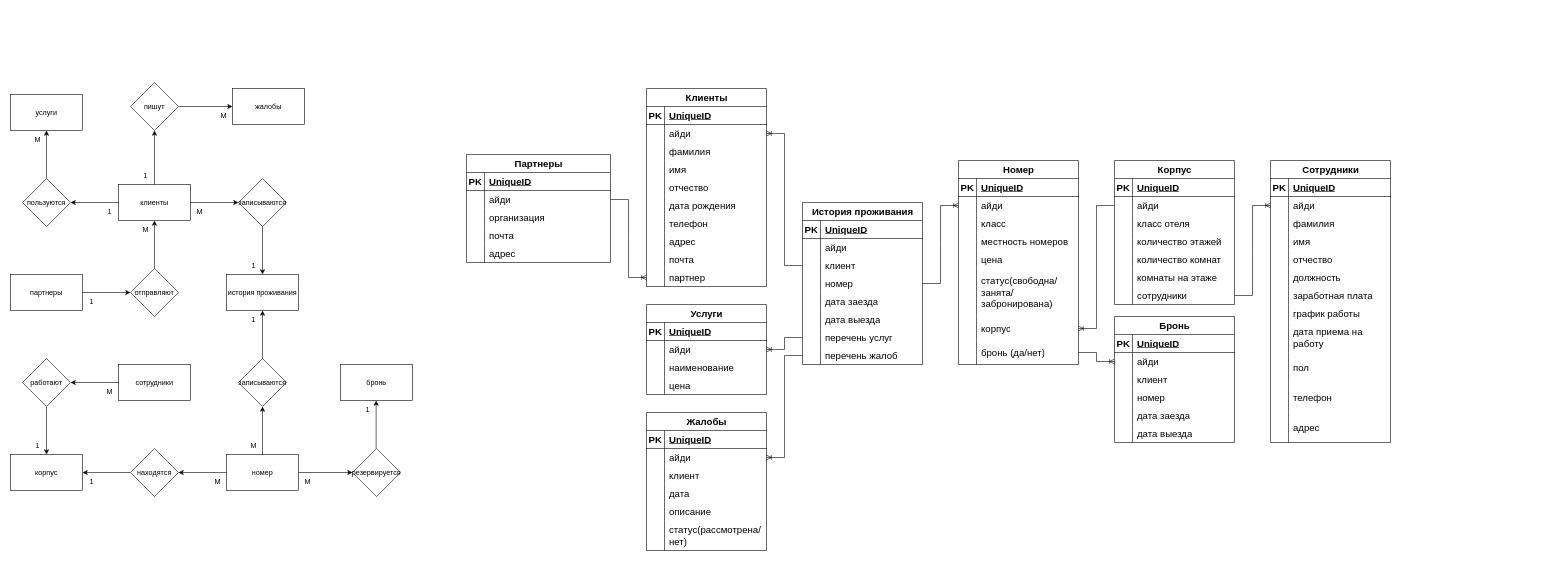
GusevDenisEvgenievich/Repository keeps this draw.io diagram as КП/КП Модели.drawio. Above is the earlier version. Source tidied: cells renumbered, new cells numbered last; positions are measured from the earlier drawing's top-left corner, leaving out a move shared by most shapes. Both pictures are drawn from the tidied source at 60%, with x=0, y=0 at pixel (10, 82).
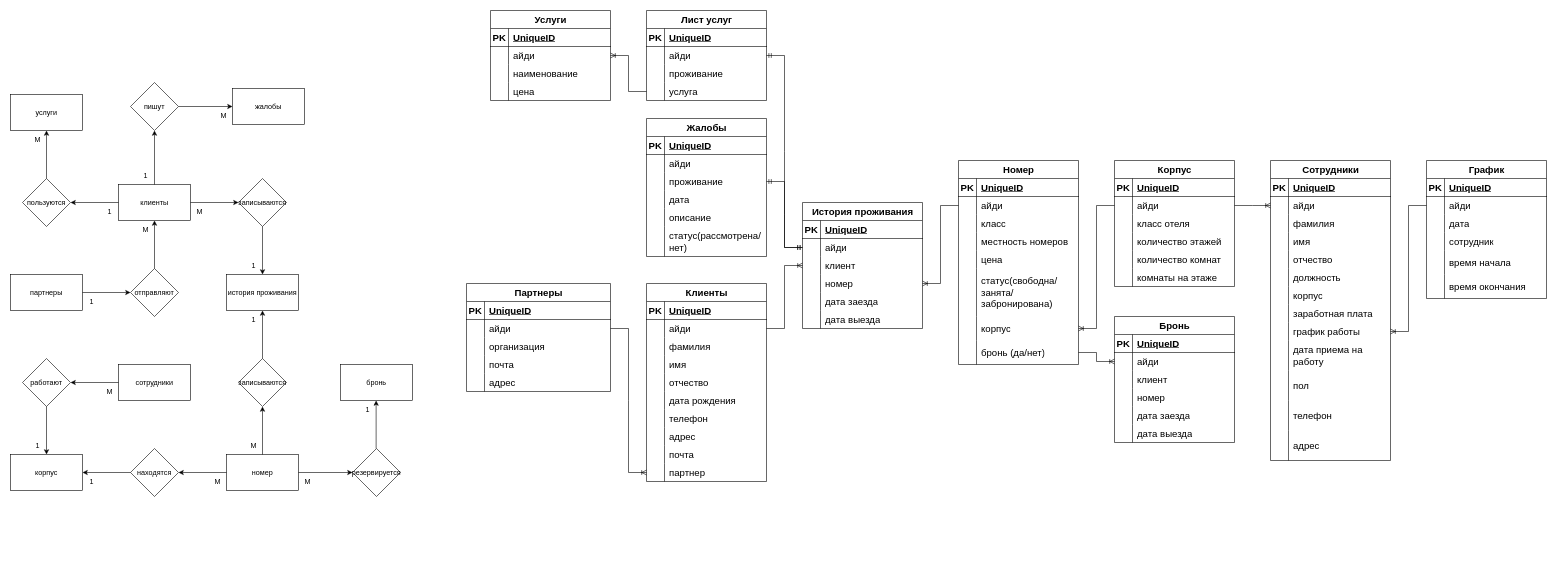
The same page after the edit.

Unchanged cells that the change refers to:
```xml
<mxCell id="55" style="shape=tableRow;horizontal=0;startSize=0;swimlaneHead=0;swimlaneBody=0;fillColor=none;points=[[0,0.5],[1,0.5]];portConstraint=eastwest;top=0;left=0;right=0;bottom=0;fontSize=16;" parent="51" vertex="1">
  <mxGeometry y="60" width="200" height="30" as="geometry" />
</mxCell>
<mxCell id="58" style="shape=tableRow;horizontal=0;startSize=0;swimlaneHead=0;swimlaneBody=0;fillColor=none;points=[[0,0.5],[1,0.5]];portConstraint=eastwest;top=0;left=0;right=0;bottom=0;fontSize=16;" parent="51" vertex="1">
  <mxGeometry y="90" width="200" height="30" as="geometry" />
</mxCell>
<mxCell id="74" style="shape=tableRow;horizontal=0;startSize=0;swimlaneHead=0;swimlaneBody=0;fillColor=none;points=[[0,0.5],[1,0.5]];portConstraint=eastwest;top=0;left=0;right=0;bottom=0;fontSize=16;" parent="70" vertex="1">
  <mxGeometry y="60" width="200" height="30" as="geometry" />
</mxCell>
<mxCell id="87" style="shape=tableRow;horizontal=0;startSize=0;swimlaneHead=0;swimlaneBody=0;fillColor=none;points=[[0,0.5],[1,0.5]];portConstraint=eastwest;top=0;left=0;right=0;bottom=0;fontSize=16;" parent="83" vertex="1">
  <mxGeometry y="60" width="200" height="30" as="geometry" />
</mxCell>
<mxCell id="118" style="shape=tableRow;horizontal=0;startSize=0;swimlaneHead=0;swimlaneBody=0;fillColor=none;points=[[0,0.5],[1,0.5]];portConstraint=eastwest;top=0;left=0;right=0;bottom=0;fontSize=16;" parent="114" vertex="1">
  <mxGeometry y="60" width="200" height="30" as="geometry" />
</mxCell>
<mxCell id="121" style="shape=tableRow;horizontal=0;startSize=0;swimlaneHead=0;swimlaneBody=0;fillColor=none;points=[[0,0.5],[1,0.5]];portConstraint=eastwest;top=0;left=0;right=0;bottom=0;fontSize=16;" parent="114" vertex="1">
  <mxGeometry y="90" width="200" height="30" as="geometry" />
</mxCell>
<mxCell id="124" style="shape=tableRow;horizontal=0;startSize=0;swimlaneHead=0;swimlaneBody=0;fillColor=none;points=[[0,0.5],[1,0.5]];portConstraint=eastwest;top=0;left=0;right=0;bottom=0;fontSize=16;" parent="114" vertex="1">
  <mxGeometry y="120" width="200" height="30" as="geometry" />
</mxCell>
<mxCell id="143" style="shape=tableRow;horizontal=0;startSize=0;swimlaneHead=0;swimlaneBody=0;fillColor=none;points=[[0,0.5],[1,0.5]];portConstraint=eastwest;top=0;left=0;right=0;bottom=0;fontSize=16;" parent="139" vertex="1">
  <mxGeometry y="60" width="200" height="30" as="geometry" />
</mxCell>
<mxCell id="187" style="shape=tableRow;horizontal=0;startSize=0;swimlaneHead=0;swimlaneBody=0;fillColor=none;points=[[0,0.5],[1,0.5]];portConstraint=eastwest;top=0;left=0;right=0;bottom=0;fontSize=16;" parent="183" vertex="1">
  <mxGeometry y="60" width="200" height="30" as="geometry" />
</mxCell>
<mxCell id="209" style="shape=tableRow;horizontal=0;startSize=0;swimlaneHead=0;swimlaneBody=0;fillColor=none;points=[[0,0.5],[1,0.5]];portConstraint=eastwest;top=0;left=0;right=0;bottom=0;fontSize=16;" parent="205" vertex="1">
  <mxGeometry y="60" width="200" height="30" as="geometry" />
</mxCell>
```

What changed in the source:
```diff
@@
     <mxCell id="51" value="Жалобы" style="shape=table;startSize=30;childLayout=tableLayout;rowLines=0;fontStyle=1;align=center;html=1;fontSize=16;" parent="1" vertex="1">
-      <mxGeometry x="1060" y="550" width="200" height="230" as="geometry" />
+      <mxGeometry x="1060" y="60" width="200" height="230" as="geometry" />
     </mxCell>
@@
-    <mxCell id="60" value="клиент" style="shape=partialRectangle;fillColor=none;top=0;left=0;bottom=0;right=0;align=left;spacingLeft=6;overflow=hidden;whiteSpace=wrap;html=1;fontSize=16;" parent="58" vertex="1">
+    <mxCell id="60" value="проживание" style="shape=partialRectangle;fillColor=none;top=0;left=0;bottom=0;right=0;align=left;spacingLeft=6;overflow=hidden;whiteSpace=wrap;html=1;fontSize=16;" parent="58" vertex="1">
       <mxGeometry x="30" width="170" height="30" as="geometry" />
     </mxCell>
@@
     <mxCell id="70" value="Услуги" style="shape=table;startSize=30;childLayout=tableLayout;rowLines=0;fontStyle=1;align=center;html=1;fontSize=16;" parent="1" vertex="1">
-      <mxGeometry x="1060" y="370" width="200" height="150" as="geometry" />
+      <mxGeometry x="800" y="-120" width="200" height="150" as="geometry" />
     </mxCell>
@@
     <mxCell id="83" value="Клиенты" style="shape=table;startSize=30;childLayout=tableLayout;rowLines=0;fontStyle=1;align=center;html=1;fontSize=16;" parent="1" vertex="1">
-      <mxGeometry x="1060" y="10" width="200" height="330" as="geometry" />
+      <mxGeometry x="1060" y="335" width="200" height="330" as="geometry" />
     </mxCell>
@@
     <mxCell id="114" value="История проживания" style="shape=table;startSize=30;childLayout=tableLayout;rowLines=0;fontStyle=1;align=center;html=1;fontSize=16;" parent="1" vertex="1">
-      <mxGeometry x="1320" y="200" width="200" height="270" as="geometry" />
+      <mxGeometry x="1320" y="200" width="200" height="210" as="geometry" />
     </mxCell>
@@
-    <mxCell id="133" style="shape=tableRow;horizontal=0;startSize=0;swimlaneHead=0;swimlaneBody=0;fillColor=none;points=[[0,0.5],[1,0.5]];portConstraint=eastwest;top=0;left=0;right=0;bottom=0;fontSize=16;" parent="114" vertex="1">
-      <mxGeometry y="210" width="200" height="30" as="geometry" />
-    </mxCell>
-    <mxCell id="134" style="shape=partialRectangle;fillColor=none;top=0;left=0;bottom=0;right=0;overflow=hidden;whiteSpace=wrap;html=1;fontSize=16;" parent="133" vertex="1">
-      <mxGeometry width="30" height="30" as="geometry" />
-    </mxCell>
-    <mxCell id="135" value="перечень услуг" style="shape=partialRectangle;fillColor=none;top=0;left=0;bottom=0;right=0;align=left;spacingLeft=6;overflow=hidden;whiteSpace=wrap;html=1;fontSize=16;" parent="133" vertex="1">
-      <mxGeometry x="30" width="170" height="30" as="geometry" />
-    </mxCell>
-    <mxCell id="136" style="shape=tableRow;horizontal=0;startSize=0;swimlaneHead=0;swimlaneBody=0;fillColor=none;points=[[0,0.5],[1,0.5]];portConstraint=eastwest;top=0;left=0;right=0;bottom=0;fontSize=16;" parent="114" vertex="1">
-      <mxGeometry y="240" width="200" height="30" as="geometry" />
-    </mxCell>
-    <mxCell id="137" style="shape=partialRectangle;fillColor=none;top=0;left=0;bottom=0;right=0;overflow=hidden;whiteSpace=wrap;html=1;fontSize=16;" parent="136" vertex="1">
-      <mxGeometry width="30" height="30" as="geometry" />
-    </mxCell>
-    <mxCell id="138" value="перечень жалоб" style="shape=partialRectangle;fillColor=none;top=0;left=0;bottom=0;right=0;align=left;spacingLeft=6;overflow=hidden;whiteSpace=wrap;html=1;fontSize=16;" parent="136" vertex="1">
-      <mxGeometry x="30" width="170" height="30" as="geometry" />
-    </mxCell>
@@
     <mxCell id="183" value="Корпус" style="shape=table;startSize=30;childLayout=tableLayout;rowLines=0;fontStyle=1;align=center;html=1;fontSize=16;" parent="1" vertex="1">
-      <mxGeometry x="1840" y="130" width="200" height="240" as="geometry" />
+      <mxGeometry x="1840" y="130" width="200" height="210" as="geometry" />
     </mxCell>
@@
-    <mxCell id="202" style="shape=tableRow;horizontal=0;startSize=0;swimlaneHead=0;swimlaneBody=0;fillColor=none;points=[[0,0.5],[1,0.5]];portConstraint=eastwest;top=0;left=0;right=0;bottom=0;fontSize=16;" parent="183" vertex="1">
-      <mxGeometry y="210" width="200" height="30" as="geometry" />
-    </mxCell>
-    <mxCell id="203" style="shape=partialRectangle;fillColor=none;top=0;left=0;bottom=0;right=0;overflow=hidden;whiteSpace=wrap;html=1;fontSize=16;" parent="202" vertex="1">
-      <mxGeometry width="30" height="30" as="geometry" />
-    </mxCell>
-    <mxCell id="204" value="сотрудники" style="shape=partialRectangle;fillColor=none;top=0;left=0;bottom=0;right=0;align=left;spacingLeft=6;overflow=hidden;whiteSpace=wrap;html=1;fontSize=16;" parent="202" vertex="1">
-      <mxGeometry x="30" width="170" height="30" as="geometry" />
-    </mxCell>
     <mxCell id="205" value="Сотрудники" style="shape=table;startSize=30;childLayout=tableLayout;rowLines=0;fontStyle=1;align=center;html=1;fontSize=16;" parent="1" vertex="1">
-      <mxGeometry x="2100" y="130" width="200" height="470" as="geometry" />
+      <mxGeometry x="2100" y="130" width="200" height="500" as="geometry" />
     </mxCell>
@@
+    <mxCell id="266" style="shape=tableRow;horizontal=0;startSize=0;swimlaneHead=0;swimlaneBody=0;fillColor=none;top=0;left=0;right=0;bottom=0;fontSize=16;" parent="205" vertex="1">
+      <mxGeometry y="210" width="200" height="30" as="geometry" />
+    </mxCell>
+    <mxCell id="267" style="shape=partialRectangle;fillColor=none;top=0;left=0;bottom=0;right=0;overflow=hidden;whiteSpace=wrap;html=1;fontSize=16;" parent="266" vertex="1">
+      <mxGeometry width="30" height="30" as="geometry" />
+    </mxCell>
+    <mxCell id="268" value="корпус" style="shape=partialRectangle;fillColor=none;top=0;left=0;bottom=0;right=0;align=left;spacingLeft=6;overflow=hidden;whiteSpace=wrap;html=1;fontSize=16;" parent="266" vertex="1">
+      <mxGeometry x="30" width="170" height="30" as="geometry" />
+    </mxCell>
     <mxCell id="224" style="shape=tableRow;horizontal=0;startSize=0;swimlaneHead=0;swimlaneBody=0;fillColor=none;top=0;left=0;right=0;bottom=0;fontSize=16;" parent="205" vertex="1">
-      <mxGeometry y="210" width="200" height="30" as="geometry" />
+      <mxGeometry y="240" width="200" height="30" as="geometry" />
     </mxCell>
@@
     <mxCell id="227" style="shape=tableRow;horizontal=0;startSize=0;swimlaneHead=0;swimlaneBody=0;fillColor=none;points=[[0,0.5],[1,0.5]];portConstraint=eastwest;top=0;left=0;right=0;bottom=0;fontSize=16;" parent="205" vertex="1">
-      <mxGeometry y="240" width="200" height="30" as="geometry" />
+      <mxGeometry y="270" width="200" height="30" as="geometry" />
     </mxCell>
@@
     <mxCell id="230" style="shape=tableRow;horizontal=0;startSize=0;swimlaneHead=0;swimlaneBody=0;fillColor=none;top=0;left=0;right=0;bottom=0;fontSize=16;" parent="205" vertex="1">
-      <mxGeometry y="270" width="200" height="50" as="geometry" />
+      <mxGeometry y="300" width="200" height="50" as="geometry" />
     </mxCell>
@@
     <mxCell id="233" style="shape=tableRow;horizontal=0;startSize=0;swimlaneHead=0;swimlaneBody=0;fillColor=none;top=0;left=0;right=0;bottom=0;fontSize=16;" parent="205" vertex="1">
-      <mxGeometry y="320" width="200" height="50" as="geometry" />
+      <mxGeometry y="350" width="200" height="50" as="geometry" />
     </mxCell>
@@
     <mxCell id="236" style="shape=tableRow;horizontal=0;startSize=0;swimlaneHead=0;swimlaneBody=0;fillColor=none;top=0;left=0;right=0;bottom=0;fontSize=16;" parent="205" vertex="1">
-      <mxGeometry y="370" width="200" height="50" as="geometry" />
+      <mxGeometry y="400" width="200" height="50" as="geometry" />
     </mxCell>
@@
     <mxCell id="239" style="shape=tableRow;horizontal=0;startSize=0;swimlaneHead=0;swimlaneBody=0;fillColor=none;top=0;left=0;right=0;bottom=0;fontSize=16;" parent="205" vertex="1">
-      <mxGeometry y="420" width="200" height="50" as="geometry" />
+      <mxGeometry y="450" width="200" height="50" as="geometry" />
     </mxCell>
@@
     <mxCell id="242" value="Партнеры" style="shape=table;startSize=30;childLayout=tableLayout;rowLines=0;fontStyle=1;align=center;html=1;fontSize=16;" parent="1" vertex="1">
-      <mxGeometry x="760" y="120" width="240" height="180" as="geometry" />
+      <mxGeometry x="760" y="335" width="240" height="180" as="geometry" />
     </mxCell>
@@
-    <mxCell id="258" style="edgeStyle=entityRelationEdgeStyle;fontSize=12;html=1;endArrow=ERoneToMany;rounded=0;exitX=1;exitY=0.5;exitDx=0;exitDy=0;entryX=0;entryY=0.5;entryDx=0;entryDy=0;" parent="1" edge="1" source="202" target="209">
+    <mxCell id="258" style="edgeStyle=entityRelationEdgeStyle;fontSize=12;html=1;endArrow=ERoneToMany;rounded=0;exitX=1;exitY=0.5;exitDx=0;exitDy=0;entryX=0;entryY=0.5;entryDx=0;entryDy=0;" parent="1" edge="1" source="187" target="209">
       <mxGeometry relative="1" as="geometry" />
     </mxCell>
@@
-    <mxCell id="261" style="edgeStyle=entityRelationEdgeStyle;fontSize=12;html=1;endArrow=ERoneToMany;rounded=0;exitX=1;exitY=0.5;exitDx=0;exitDy=0;entryX=0;entryY=0.5;entryDx=0;entryDy=0;" parent="1" edge="1" source="124" target="143">
+    <mxCell id="261" style="edgeStyle=entityRelationEdgeStyle;fontSize=12;html=1;endArrow=ERoneToMany;rounded=0;exitX=0;exitY=0.5;exitDx=0;exitDy=0;entryX=1;entryY=0.5;entryDx=0;entryDy=0;" parent="1" edge="1" source="143" target="124">
       <mxGeometry relative="1" as="geometry" />
     </mxCell>
-    <mxCell id="262" style="edgeStyle=entityRelationEdgeStyle;fontSize=12;html=1;endArrow=ERoneToMany;rounded=0;exitX=0;exitY=0.5;exitDx=0;exitDy=0;entryX=1;entryY=0.5;entryDx=0;entryDy=0;" parent="1" edge="1" source="121" target="87">
+    <mxCell id="262" style="edgeStyle=entityRelationEdgeStyle;fontSize=12;html=1;endArrow=ERoneToMany;rounded=0;exitX=1;exitY=0.5;exitDx=0;exitDy=0;entryX=0;entryY=0.5;entryDx=0;entryDy=0;" parent="1" edge="1" source="87" target="121">
       <mxGeometry relative="1" as="geometry" />
     </mxCell>
@@
-    <mxCell id="264" style="edgeStyle=entityRelationEdgeStyle;fontSize=12;html=1;endArrow=ERoneToMany;rounded=0;entryX=1;entryY=0.5;entryDx=0;entryDy=0;exitX=0;exitY=0.5;exitDx=0;exitDy=0;" parent="1" edge="1" source="133" target="74">
+    <mxCell id="264" style="edgeStyle=entityRelationEdgeStyle;fontSize=12;html=1;endArrow=ERoneToMany;rounded=0;entryX=1;entryY=0.5;entryDx=0;entryDy=0;exitX=0;exitY=0.5;exitDx=0;exitDy=0;" parent="1" edge="1" source="299" target="74">
       <mxGeometry relative="1" as="geometry" />
     </mxCell>
-    <mxCell id="265" style="edgeStyle=entityRelationEdgeStyle;fontSize=12;html=1;endArrow=ERoneToMany;rounded=0;entryX=1;entryY=0.5;entryDx=0;entryDy=0;exitX=0;exitY=0.5;exitDx=0;exitDy=0;" parent="1" edge="1" source="136" target="55">
-      <mxGeometry relative="1" as="geometry" />
-    </mxCell>
+    <mxCell id="269" value="График" style="shape=table;startSize=30;childLayout=tableLayout;rowLines=0;fontStyle=1;align=center;html=1;fontSize=16;" parent="1" vertex="1">
+      <mxGeometry x="2360" y="130" width="200" height="230" as="geometry" />
+    </mxCell>
+    <mxCell id="270" style="shape=tableRow;horizontal=0;startSize=0;swimlaneHead=0;swimlaneBody=0;fillColor=none;top=0;left=0;right=0;bottom=1;fontSize=16;" parent="269" vertex="1">
+      <mxGeometry y="30" width="200" height="30" as="geometry" />
+    </mxCell>
+    <mxCell id="271" value="PK" style="shape=partialRectangle;fillColor=none;top=0;left=0;bottom=0;right=0;fontStyle=1;overflow=hidden;whiteSpace=wrap;html=1;fontSize=16;" parent="270" vertex="1">
+      <mxGeometry width="30" height="30" as="geometry" />
+    </mxCell>
+    <mxCell id="272" value="UniqueID" style="shape=partialRectangle;fillColor=none;top=0;left=0;bottom=0;right=0;align=left;spacingLeft=6;fontStyle=5;overflow=hidden;whiteSpace=wrap;html=1;fontSize=16;" parent="270" vertex="1">
+      <mxGeometry x="30" width="170" height="30" as="geometry" />
+    </mxCell>
+    <mxCell id="273" style="shape=tableRow;horizontal=0;startSize=0;swimlaneHead=0;swimlaneBody=0;fillColor=none;points=[[0,0.5],[1,0.5]];portConstraint=eastwest;top=0;left=0;right=0;bottom=0;fontSize=16;" parent="269" vertex="1">
+      <mxGeometry y="60" width="200" height="30" as="geometry" />
+    </mxCell>
+    <mxCell id="274" style="shape=partialRectangle;fillColor=none;top=0;left=0;bottom=0;right=0;overflow=hidden;whiteSpace=wrap;html=1;fontSize=16;" parent="273" vertex="1">
+      <mxGeometry width="30" height="30" as="geometry" />
+    </mxCell>
+    <mxCell id="275" value="айди" style="shape=partialRectangle;fillColor=none;top=0;left=0;bottom=0;right=0;align=left;spacingLeft=6;overflow=hidden;whiteSpace=wrap;html=1;fontSize=16;" parent="273" vertex="1">
+      <mxGeometry x="30" width="170" height="30" as="geometry" />
+    </mxCell>
+    <mxCell id="276" style="shape=tableRow;horizontal=0;startSize=0;swimlaneHead=0;swimlaneBody=0;fillColor=none;top=0;left=0;right=0;bottom=0;fontSize=16;" parent="269" vertex="1">
+      <mxGeometry y="90" width="200" height="30" as="geometry" />
+    </mxCell>
+    <mxCell id="277" style="shape=partialRectangle;fillColor=none;top=0;left=0;bottom=0;right=0;overflow=hidden;whiteSpace=wrap;html=1;fontSize=16;" parent="276" vertex="1">
+      <mxGeometry width="30" height="30" as="geometry" />
+    </mxCell>
+    <mxCell id="278" value="дата" style="shape=partialRectangle;fillColor=none;top=0;left=0;bottom=0;right=0;align=left;spacingLeft=6;overflow=hidden;whiteSpace=wrap;html=1;fontSize=16;" parent="276" vertex="1">
+      <mxGeometry x="30" width="170" height="30" as="geometry" />
+    </mxCell>
+    <mxCell id="279" style="shape=tableRow;horizontal=0;startSize=0;swimlaneHead=0;swimlaneBody=0;fillColor=none;top=0;left=0;right=0;bottom=0;fontSize=16;" parent="269" vertex="1">
+      <mxGeometry y="120" width="200" height="30" as="geometry" />
+    </mxCell>
+    <mxCell id="280" style="shape=partialRectangle;fillColor=none;top=0;left=0;bottom=0;right=0;overflow=hidden;whiteSpace=wrap;html=1;fontSize=16;" parent="279" vertex="1">
+      <mxGeometry width="30" height="30" as="geometry" />
+    </mxCell>
+    <mxCell id="281" value="сотрудник" style="shape=partialRectangle;fillColor=none;top=0;left=0;bottom=0;right=0;align=left;spacingLeft=6;overflow=hidden;whiteSpace=wrap;html=1;fontSize=16;" parent="279" vertex="1">
+      <mxGeometry x="30" width="170" height="30" as="geometry" />
+    </mxCell>
+    <mxCell id="282" style="shape=tableRow;horizontal=0;startSize=0;swimlaneHead=0;swimlaneBody=0;fillColor=none;top=0;left=0;right=0;bottom=0;fontSize=16;" parent="269" vertex="1">
+      <mxGeometry y="150" width="200" height="40" as="geometry" />
+    </mxCell>
+    <mxCell id="283" style="shape=partialRectangle;fillColor=none;top=0;left=0;bottom=0;right=0;overflow=hidden;whiteSpace=wrap;html=1;fontSize=16;" parent="282" vertex="1">
+      <mxGeometry width="30" height="40" as="geometry" />
+    </mxCell>
+    <mxCell id="284" value="время начала" style="shape=partialRectangle;fillColor=none;top=0;left=0;bottom=0;right=0;align=left;spacingLeft=6;overflow=hidden;whiteSpace=wrap;html=1;fontSize=16;" parent="282" vertex="1">
+      <mxGeometry x="30" width="170" height="40" as="geometry" />
+    </mxCell>
+    <mxCell id="285" style="shape=tableRow;horizontal=0;startSize=0;swimlaneHead=0;swimlaneBody=0;fillColor=none;top=0;left=0;right=0;bottom=0;fontSize=16;" parent="269" vertex="1">
+      <mxGeometry y="190" width="200" height="40" as="geometry" />
+    </mxCell>
+    <mxCell id="286" style="shape=partialRectangle;fillColor=none;top=0;left=0;bottom=0;right=0;overflow=hidden;whiteSpace=wrap;html=1;fontSize=16;" parent="285" vertex="1">
+      <mxGeometry width="30" height="40" as="geometry" />
+    </mxCell>
+    <mxCell id="287" value="время окончания" style="shape=partialRectangle;fillColor=none;top=0;left=0;bottom=0;right=0;align=left;spacingLeft=6;overflow=hidden;whiteSpace=wrap;html=1;fontSize=16;" parent="285" vertex="1">
+      <mxGeometry x="30" width="170" height="40" as="geometry" />
+    </mxCell>
+    <mxCell id="288" style="edgeStyle=entityRelationEdgeStyle;fontSize=12;html=1;endArrow=ERoneToMany;rounded=0;exitX=0;exitY=0.5;exitDx=0;exitDy=0;entryX=1;entryY=0.5;entryDx=0;entryDy=0;" parent="1" edge="1" source="273" target="227">
+      <mxGeometry relative="1" as="geometry" />
+    </mxCell>
+    <mxCell id="289" value="Лист услуг" style="shape=table;startSize=30;childLayout=tableLayout;rowLines=0;fontStyle=1;align=center;html=1;fontSize=16;" parent="1" vertex="1">
+      <mxGeometry x="1060" y="-120" width="200" height="150" as="geometry" />
+    </mxCell>
+    <mxCell id="290" style="shape=tableRow;horizontal=0;startSize=0;swimlaneHead=0;swimlaneBody=0;fillColor=none;top=0;left=0;right=0;bottom=1;fontSize=16;" parent="289" vertex="1">
+      <mxGeometry y="30" width="200" height="30" as="geometry" />
+    </mxCell>
+    <mxCell id="291" value="PK" style="shape=partialRectangle;fillColor=none;top=0;left=0;bottom=0;right=0;fontStyle=1;overflow=hidden;whiteSpace=wrap;html=1;fontSize=16;" parent="290" vertex="1">
+      <mxGeometry width="30" height="30" as="geometry" />
+    </mxCell>
+    <mxCell id="292" value="UniqueID" style="shape=partialRectangle;fillColor=none;top=0;left=0;bottom=0;right=0;align=left;spacingLeft=6;fontStyle=5;overflow=hidden;whiteSpace=wrap;html=1;fontSize=16;" parent="290" vertex="1">
+      <mxGeometry x="30" width="170" height="30" as="geometry" />
+    </mxCell>
+    <mxCell id="293" style="shape=tableRow;horizontal=0;startSize=0;swimlaneHead=0;swimlaneBody=0;fillColor=none;points=[[0,0.5],[1,0.5]];portConstraint=eastwest;top=0;left=0;right=0;bottom=0;fontSize=16;" parent="289" vertex="1">
+      <mxGeometry y="60" width="200" height="30" as="geometry" />
+    </mxCell>
+    <mxCell id="294" style="shape=partialRectangle;fillColor=none;top=0;left=0;bottom=0;right=0;overflow=hidden;whiteSpace=wrap;html=1;fontSize=16;" parent="293" vertex="1">
+      <mxGeometry width="30" height="30" as="geometry" />
+    </mxCell>
+    <mxCell id="295" value="айди" style="shape=partialRectangle;fillColor=none;top=0;left=0;bottom=0;right=0;align=left;spacingLeft=6;overflow=hidden;whiteSpace=wrap;html=1;fontSize=16;" parent="293" vertex="1">
+      <mxGeometry x="30" width="170" height="30" as="geometry" />
+    </mxCell>
+    <mxCell id="296" style="shape=tableRow;horizontal=0;startSize=0;swimlaneHead=0;swimlaneBody=0;fillColor=none;top=0;left=0;right=0;bottom=0;fontSize=16;" parent="289" vertex="1">
+      <mxGeometry y="90" width="200" height="30" as="geometry" />
+    </mxCell>
+    <mxCell id="297" style="shape=partialRectangle;fillColor=none;top=0;left=0;bottom=0;right=0;overflow=hidden;whiteSpace=wrap;html=1;fontSize=16;" parent="296" vertex="1">
+      <mxGeometry width="30" height="30" as="geometry" />
+    </mxCell>
+    <mxCell id="298" value="проживание" style="shape=partialRectangle;fillColor=none;top=0;left=0;bottom=0;right=0;align=left;spacingLeft=6;overflow=hidden;whiteSpace=wrap;html=1;fontSize=16;" parent="296" vertex="1">
+      <mxGeometry x="30" width="170" height="30" as="geometry" />
+    </mxCell>
+    <mxCell id="299" style="shape=tableRow;horizontal=0;startSize=0;swimlaneHead=0;swimlaneBody=0;fillColor=none;points=[[0,0.5],[1,0.5]];portConstraint=eastwest;top=0;left=0;right=0;bottom=0;fontSize=16;" parent="289" vertex="1">
+      <mxGeometry y="120" width="200" height="30" as="geometry" />
+    </mxCell>
+    <mxCell id="300" style="shape=partialRectangle;fillColor=none;top=0;left=0;bottom=0;right=0;overflow=hidden;whiteSpace=wrap;html=1;fontSize=16;" parent="299" vertex="1">
+      <mxGeometry width="30" height="30" as="geometry" />
+    </mxCell>
+    <mxCell id="301" value="услуга" style="shape=partialRectangle;fillColor=none;top=0;left=0;bottom=0;right=0;align=left;spacingLeft=6;overflow=hidden;whiteSpace=wrap;html=1;fontSize=16;" parent="299" vertex="1">
+      <mxGeometry x="30" width="170" height="30" as="geometry" />
+    </mxCell>
+    <mxCell id="302" style="edgeStyle=entityRelationEdgeStyle;fontSize=12;html=1;endArrow=ERmandOne;startArrow=ERmandOne;rounded=0;exitX=1;exitY=0.5;exitDx=0;exitDy=0;entryX=0;entryY=0.5;entryDx=0;entryDy=0;" parent="1" edge="1" source="293" target="118">
+      <mxGeometry relative="1" as="geometry" />
+    </mxCell>
+    <mxCell id="303" style="edgeStyle=entityRelationEdgeStyle;fontSize=12;html=1;endArrow=ERmandOne;startArrow=ERmandOne;rounded=0;exitX=1;exitY=0.5;exitDx=0;exitDy=0;entryX=0;entryY=0.5;entryDx=0;entryDy=0;" parent="1" edge="1" source="58" target="118">
+      <mxGeometry relative="1" as="geometry" />
+    </mxCell>
```
